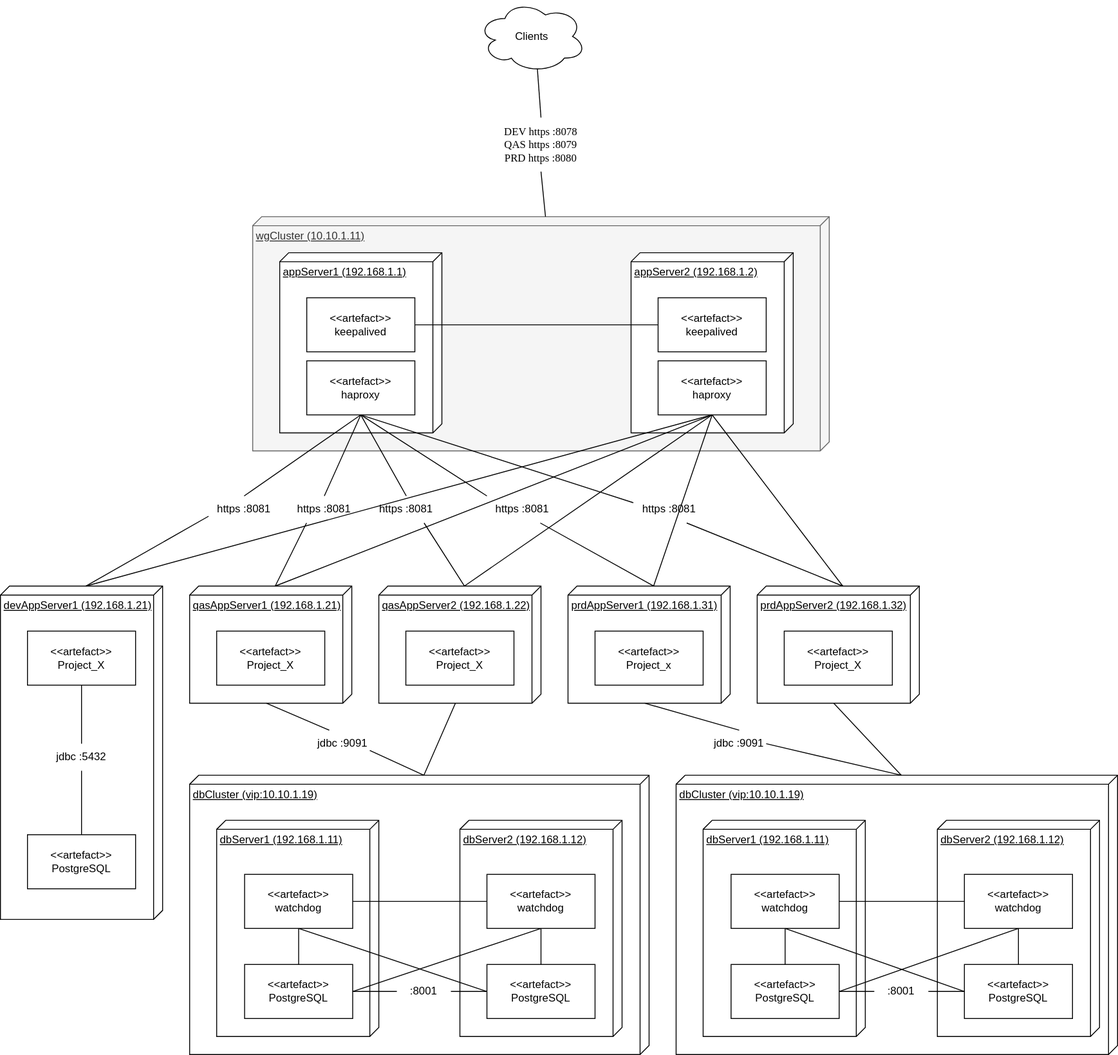
The draw.io diagram DeployDiagram.svg in LordOfPhys/project_x, before a commit. Source tidied: cells renumbered, new cells last; positions are measured from the earlier drawing's top-left corner, leaving out a move shared by most shapes.
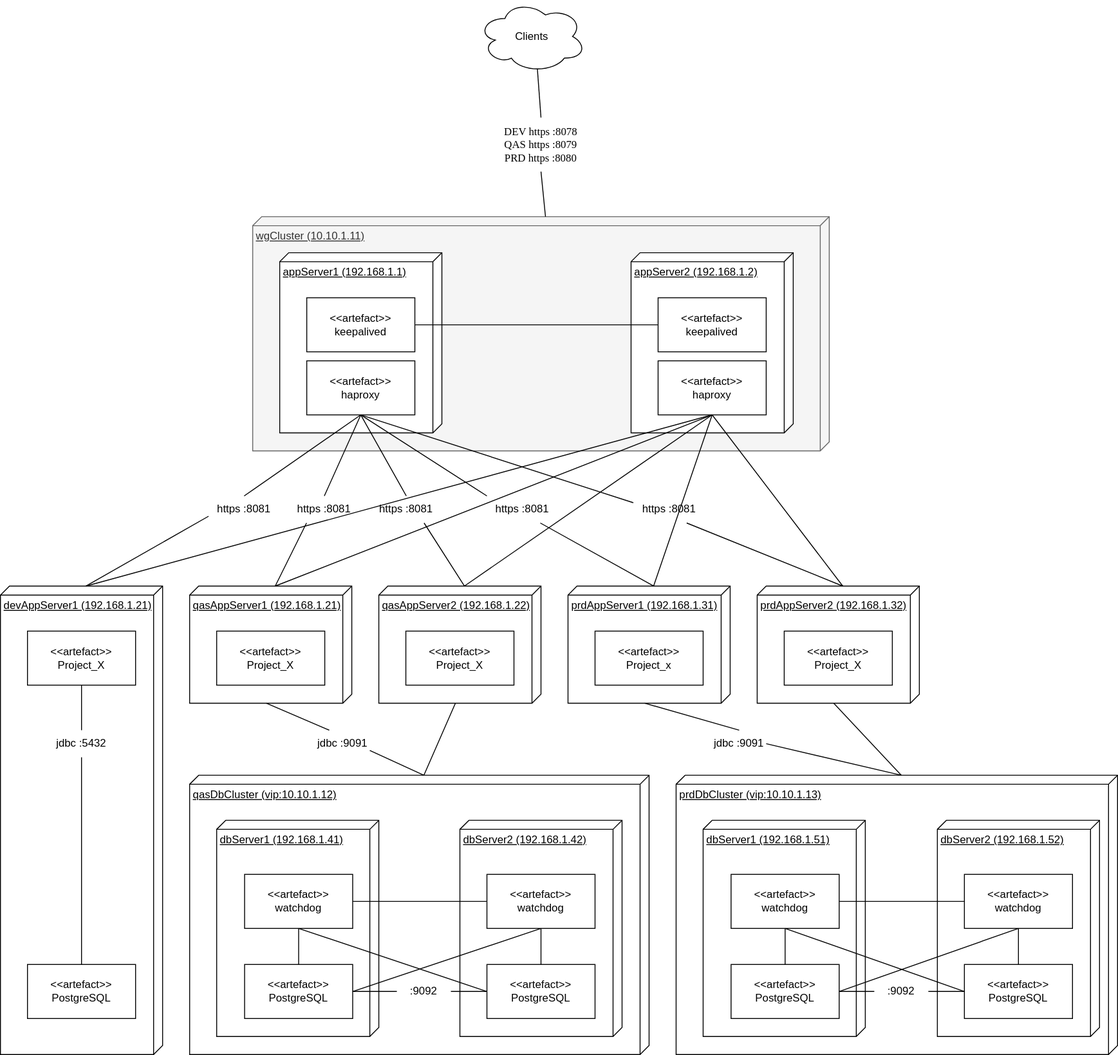
Later version of the same file.

The edit, as a diff of the source:
```diff
@@ -2,16 +2,16 @@
   <root>
     <mxCell id="0" />
     <mxCell id="1" parent="0" />
-    <mxCell id="2" value="dbCluster (vip:10.10.1.19)" style="verticalAlign=top;align=left;spacingTop=8;spacingLeft=2;spacingRight=12;shape=cube;size=10;direction=south;fontStyle=4;html=1;" parent="1" vertex="1">
+    <mxCell id="2" value="prdDbCluster (vip:10.10.1.13)" style="verticalAlign=top;align=left;spacingTop=8;spacingLeft=2;spacingRight=12;shape=cube;size=10;direction=south;fontStyle=4;html=1;" parent="1" vertex="1">
       <mxGeometry x="750" y="860" width="490" height="310" as="geometry" />
     </mxCell>
     <mxCell id="3" value="prdAppServer2 (192.168.1.32)" style="verticalAlign=top;align=left;spacingTop=8;spacingLeft=2;spacingRight=12;shape=cube;size=10;direction=south;fontStyle=4;html=1;" parent="1" vertex="1">
       <mxGeometry x="840" y="650" width="180" height="130" as="geometry" />
     </mxCell>
-    <mxCell id="4" value="dbServer1 (192.168.1.11)" style="verticalAlign=top;align=left;spacingTop=8;spacingLeft=2;spacingRight=12;shape=cube;size=10;direction=south;fontStyle=4;html=1;" parent="1" vertex="1">
+    <mxCell id="4" value="dbServer1 (192.168.1.51)" style="verticalAlign=top;align=left;spacingTop=8;spacingLeft=2;spacingRight=12;shape=cube;size=10;direction=south;fontStyle=4;html=1;" parent="1" vertex="1">
       <mxGeometry x="780" y="910" width="180" height="240" as="geometry" />
     </mxCell>
-    <mxCell id="5" value="dbServer2 (192.168.1.12)" style="verticalAlign=top;align=left;spacingTop=8;spacingLeft=2;spacingRight=12;shape=cube;size=10;direction=south;fontStyle=4;html=1;" parent="1" vertex="1">
+    <mxCell id="5" value="dbServer2 (192.168.1.52)" style="verticalAlign=top;align=left;spacingTop=8;spacingLeft=2;spacingRight=12;shape=cube;size=10;direction=south;fontStyle=4;html=1;" parent="1" vertex="1">
       <mxGeometry x="1040" y="910" width="180" height="240" as="geometry" />
     </mxCell>
     <mxCell id="6" value="prdAppServer1 (192.168.1.31)" style="verticalAlign=top;align=left;spacingTop=8;spacingLeft=2;spacingRight=12;shape=cube;size=10;direction=south;fontStyle=4;html=1;" parent="1" vertex="1">
@@ -20,7 +20,7 @@
     <mxCell id="7" style="endArrow=none;html=1;rounded=0;entryX=1;entryY=0.5;entryDx=0;entryDy=0;exitX=0;exitY=0.5;exitDx=0;exitDy=0;startArrow=none;" parent="1" edge="1" source="8" target="15">
       <mxGeometry relative="1" as="geometry" />
     </mxCell>
-    <mxCell id="8" value=":8001" style="text;html=1;strokeColor=none;fillColor=none;align=center;verticalAlign=middle;whiteSpace=wrap;rounded=0;" parent="1" vertex="1">
+    <mxCell id="8" value=":9092" style="text;html=1;strokeColor=none;fillColor=none;align=center;verticalAlign=middle;whiteSpace=wrap;rounded=0;" parent="1" vertex="1">
       <mxGeometry x="970" y="1085" width="60" height="30" as="geometry" />
     </mxCell>
     <mxCell id="9" style="endArrow=none;html=1;rounded=0;entryX=1;entryY=0.5;entryDx=0;entryDy=0;exitX=0;exitY=0.5;exitDx=0;exitDy=0;" parent="1" edge="1" source="16" target="8">
@@ -68,16 +68,16 @@
     <mxCell id="23" value="&amp;lt;&amp;lt;artefact&amp;gt;&amp;gt;&lt;br style=&quot;padding: 0px; margin: 0px;&quot;&gt;Project_X" style="rounded=0;whiteSpace=wrap;html=1;" parent="1" vertex="1">
       <mxGeometry x="870" y="700" width="120" height="60" as="geometry" />
     </mxCell>
-    <mxCell id="24" value="dbCluster (vip:10.10.1.19)" style="verticalAlign=top;align=left;spacingTop=8;spacingLeft=2;spacingRight=12;shape=cube;size=10;direction=south;fontStyle=4;html=1;" parent="1" vertex="1">
+    <mxCell id="24" value="qasDbCluster (vip:10.10.1.12)" style="verticalAlign=top;align=left;spacingTop=8;spacingLeft=2;spacingRight=12;shape=cube;size=10;direction=south;fontStyle=4;html=1;" parent="1" vertex="1">
       <mxGeometry x="210" y="860" width="510" height="310" as="geometry" />
     </mxCell>
     <mxCell id="25" value="qasAppServer2 (192.168.1.22)" style="verticalAlign=top;align=left;spacingTop=8;spacingLeft=2;spacingRight=12;shape=cube;size=10;direction=south;fontStyle=4;html=1;" parent="1" vertex="1">
       <mxGeometry x="420" y="650" width="180" height="130" as="geometry" />
     </mxCell>
-    <mxCell id="26" value="dbServer1 (192.168.1.11)" style="verticalAlign=top;align=left;spacingTop=8;spacingLeft=2;spacingRight=12;shape=cube;size=10;direction=south;fontStyle=4;html=1;" parent="1" vertex="1">
+    <mxCell id="26" value="dbServer1 (192.168.1.41)" style="verticalAlign=top;align=left;spacingTop=8;spacingLeft=2;spacingRight=12;shape=cube;size=10;direction=south;fontStyle=4;html=1;" parent="1" vertex="1">
       <mxGeometry x="240" y="910" width="180" height="240" as="geometry" />
     </mxCell>
-    <mxCell id="27" value="dbServer2 (192.168.1.12)" style="verticalAlign=top;align=left;spacingTop=8;spacingLeft=2;spacingRight=12;shape=cube;size=10;direction=south;fontStyle=4;html=1;" parent="1" vertex="1">
+    <mxCell id="27" value="dbServer2 (192.168.1.42)" style="verticalAlign=top;align=left;spacingTop=8;spacingLeft=2;spacingRight=12;shape=cube;size=10;direction=south;fontStyle=4;html=1;" parent="1" vertex="1">
       <mxGeometry x="510" y="910" width="180" height="240" as="geometry" />
     </mxCell>
     <mxCell id="28" value="qasAppServer1 (192.168.1.21)" style="verticalAlign=top;align=left;spacingTop=8;spacingLeft=2;spacingRight=12;shape=cube;size=10;direction=south;fontStyle=4;html=1;" parent="1" vertex="1">
@@ -86,7 +86,7 @@
     <mxCell id="29" style="endArrow=none;html=1;rounded=0;entryX=1;entryY=0.5;entryDx=0;entryDy=0;exitX=0;exitY=0.5;exitDx=0;exitDy=0;startArrow=none;" parent="1" edge="1" source="30" target="37">
       <mxGeometry relative="1" as="geometry" />
     </mxCell>
-    <mxCell id="30" value=":8001" style="text;html=1;strokeColor=none;fillColor=none;align=center;verticalAlign=middle;whiteSpace=wrap;rounded=0;" parent="1" vertex="1">
+    <mxCell id="30" value=":9092" style="text;html=1;strokeColor=none;fillColor=none;align=center;verticalAlign=middle;whiteSpace=wrap;rounded=0;" parent="1" vertex="1">
       <mxGeometry x="440" y="1085" width="60" height="30" as="geometry" />
     </mxCell>
     <mxCell id="31" style="endArrow=none;html=1;rounded=0;entryX=1;entryY=0.5;entryDx=0;entryDy=0;exitX=0;exitY=0.5;exitDx=0;exitDy=0;" parent="1" edge="1" source="38" target="30">
@@ -135,10 +135,10 @@
       <mxGeometry x="450" y="700" width="120" height="60" as="geometry" />
     </mxCell>
     <mxCell id="46" value="devAppServer1 (192.168.1.21)" style="verticalAlign=top;align=left;spacingTop=8;spacingLeft=2;spacingRight=12;shape=cube;size=10;direction=south;fontStyle=4;html=1;" parent="1" vertex="1">
-      <mxGeometry y="650" width="180" height="370" as="geometry" />
+      <mxGeometry y="650" width="180" height="520" as="geometry" />
     </mxCell>
     <mxCell id="47" value="&amp;lt;&amp;lt;artefact&amp;gt;&amp;gt;&lt;br style=&quot;padding: 0px; margin: 0px;&quot;&gt;PostgreSQL" style="rounded=0;whiteSpace=wrap;html=1;" parent="1" vertex="1">
-      <mxGeometry x="30" y="926" width="120" height="60" as="geometry" />
+      <mxGeometry x="30" y="1070" width="120" height="60" as="geometry" />
     </mxCell>
     <mxCell id="48" value="wgCluster (10.10.1.11)" style="verticalAlign=top;align=left;spacingTop=8;spacingLeft=2;spacingRight=12;shape=cube;size=10;direction=south;fontStyle=4;html=1;fillColor=#f5f5f5;fontColor=#333333;strokeColor=#666666;" parent="1" vertex="1">
       <mxGeometry x="280" y="240" width="640" height="260" as="geometry" />
@@ -171,7 +171,7 @@
       <mxGeometry relative="1" as="geometry" />
     </mxCell>
     <mxCell id="58" value="jdbc :5432" style="text;html=1;strokeColor=none;fillColor=none;align=center;verticalAlign=middle;whiteSpace=wrap;rounded=0;" parent="1" vertex="1">
-      <mxGeometry x="60" y="825" width="60" height="30" as="geometry" />
+      <mxGeometry x="60" y="810" width="60" height="30" as="geometry" />
     </mxCell>
     <mxCell id="59" style="endArrow=none;html=1;rounded=0;entryX=0.5;entryY=1;entryDx=0;entryDy=0;exitX=0.5;exitY=0;exitDx=0;exitDy=0;" parent="1" edge="1" source="47" target="58">
       <mxGeometry relative="1" as="geometry" />
```
